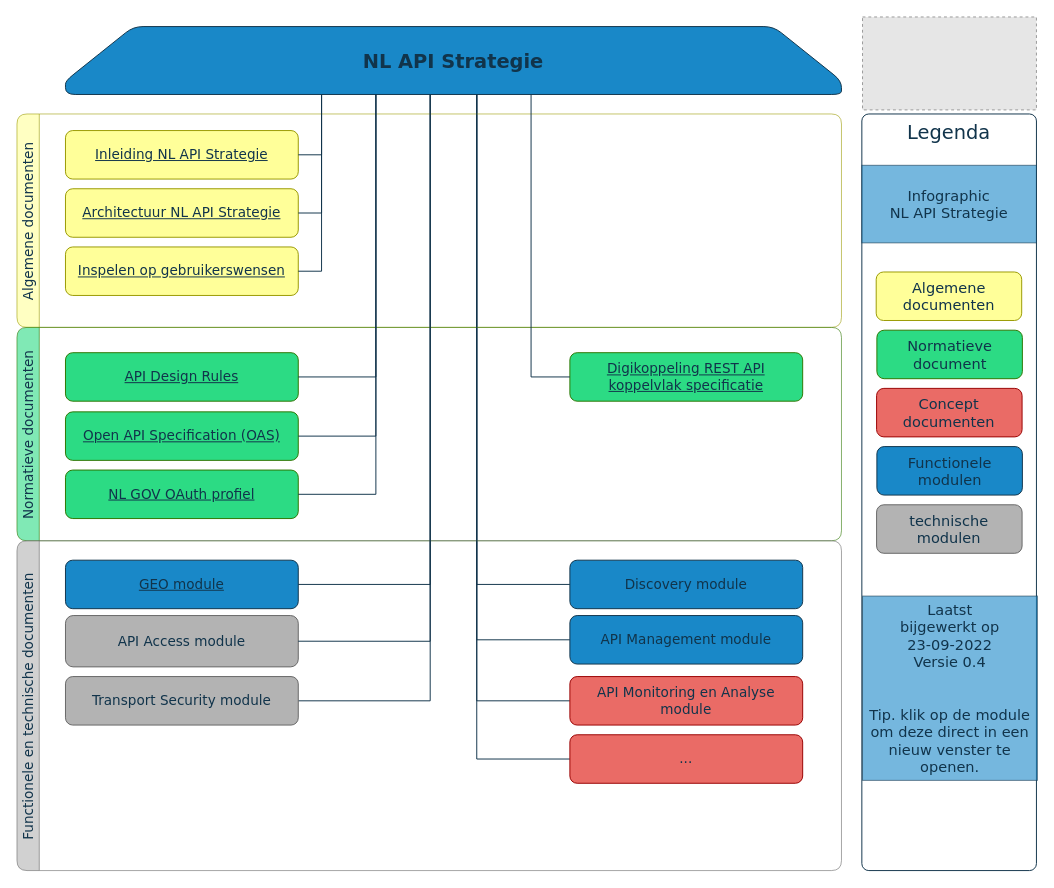
This is page "versie 03" (1 of 3) of media/API infographic.drawio from Geonovum/KP-APIs, a draw.io file, before an edit. Source tidied: cells renumbered, new cells numbered last; positions are measured from the earlier drawing's top-left corner, leaving out a move shared by most shapes. Both pictures are drawn from the tidied source at 97%, with x=0, y=0 at pixel (16, 16). Pictures stored in the file or linked from it are replaced by grey dashed boxes.
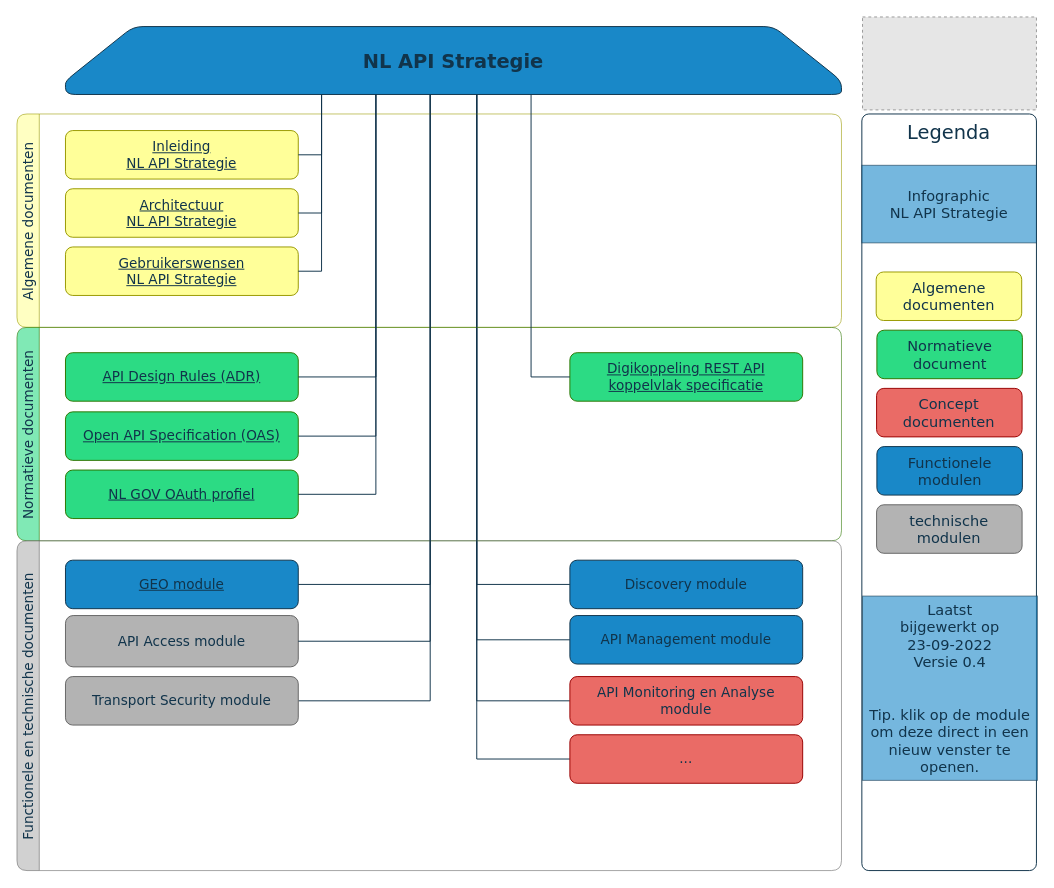
The same diagram, later.

Commit message (it also covers changes not shown here):
nieuwe export

The change refers to these unchanged cells:
```xml
<mxCell id="8" value="Algemene documenten" style="swimlane;horizontal=0;rounded=1;strokeColor=#999900;fillColor=#FFFF99;fontFamily=Verdana;fontStyle=0;opacity=60;fontColor=#11344B;fontSize=14;" parent="1" vertex="1">
  <mxGeometry y="100" width="850" height="220" as="geometry" />
</mxCell>
<mxCell id="12" value="Normatieve documenten" style="swimlane;horizontal=0;rounded=1;strokeColor=#2D7600;fillColor=#2CDB84;fontFamily=Verdana;fontStyle=0;opacity=60;fontColor=#11344B;fontSize=14;" parent="1" vertex="1">
  <mxGeometry y="320" width="850" height="220" as="geometry" />
</mxCell>
```

Change to the diagram source:
```diff
@@
-    <mxCell id="9" value="Inleiding NL API Strategie" style="rounded=1;whiteSpace=wrap;html=1;fontSize=14;fontStyle=4;fillColor=#FFFF99;strokeColor=#999900;fontColor=#11344B;fontFamily=Verdana;" parent="8" vertex="1">
+    <mxCell id="9" value="Inleiding &lt;br&gt;NL API Strategie" style="rounded=1;whiteSpace=wrap;html=1;fontSize=14;fontStyle=4;fillColor=#FFFF99;strokeColor=#999900;fontColor=#11344B;fontFamily=Verdana;" parent="8" vertex="1">
       <mxGeometry x="50" y="17.1" width="240" height="50" as="geometry" />
     </mxCell>
-    <mxCell id="10" value="Inspelen op gebruikerswensen" style="rounded=1;whiteSpace=wrap;html=1;fontSize=14;fontStyle=4;fillColor=#FFFF99;strokeColor=#999900;fontColor=#11344B;fontFamily=Verdana;" parent="8" vertex="1">
+    <mxCell id="10" value="Gebruikerswensen &lt;br&gt;NL API Strategie" style="rounded=1;whiteSpace=wrap;html=1;fontSize=14;fontStyle=4;fillColor=#FFFF99;strokeColor=#999900;fontColor=#11344B;fontFamily=Verdana;" parent="8" vertex="1">
       <mxGeometry x="50" y="137.1" width="240" height="50" as="geometry" />
     </mxCell>
-    <mxCell id="11" value="Architectuur NL API Strategie" style="rounded=1;whiteSpace=wrap;html=1;fontSize=14;fontStyle=4;fillColor=#FFFF99;strokeColor=#999900;fontColor=#11344B;fontFamily=Verdana;" parent="8" vertex="1">
+    <mxCell id="11" value="Architectuur &lt;br&gt;NL API Strategie" style="rounded=1;whiteSpace=wrap;html=1;fontSize=14;fontStyle=4;fillColor=#FFFF99;strokeColor=#999900;fontColor=#11344B;fontFamily=Verdana;" parent="8" vertex="1">
       <mxGeometry x="50" y="77.1" width="240" height="50" as="geometry" />
     </mxCell>
@@
-    <mxCell id="13" value="API Design Rules" style="rounded=1;whiteSpace=wrap;html=1;fontSize=14;fontStyle=4;fillColor=#2CDB84;strokeColor=#2D7600;fontColor=#11344B;fontFamily=Verdana;" parent="12" vertex="1">
+    <mxCell id="13" value="API Design Rules (ADR)" style="rounded=1;whiteSpace=wrap;html=1;fontSize=14;fontStyle=4;fillColor=#2CDB84;strokeColor=#2D7600;fontColor=#11344B;fontFamily=Verdana;" parent="12" vertex="1">
       <mxGeometry x="50" y="26.1" width="240" height="50" as="geometry" />
     </mxCell>
```
